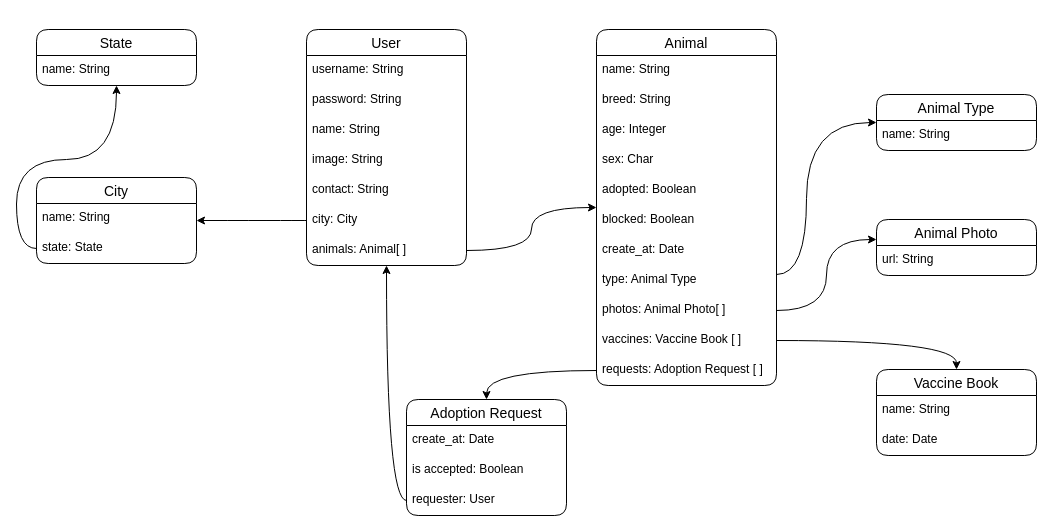
Before: docs/modelagem/adocao-local-mobile.drawio in PedroHenriqueDevBR/adocao-animal-mobile, a draw.io diagram. Source tidied: cells renumbered, new cells numbered last; positions are measured from the earlier drawing's top-left corner, leaving out a move shared by most shapes. Both pictures are drawn from the tidied source at 100%, with x=0, y=0 at pixel (36, 29).
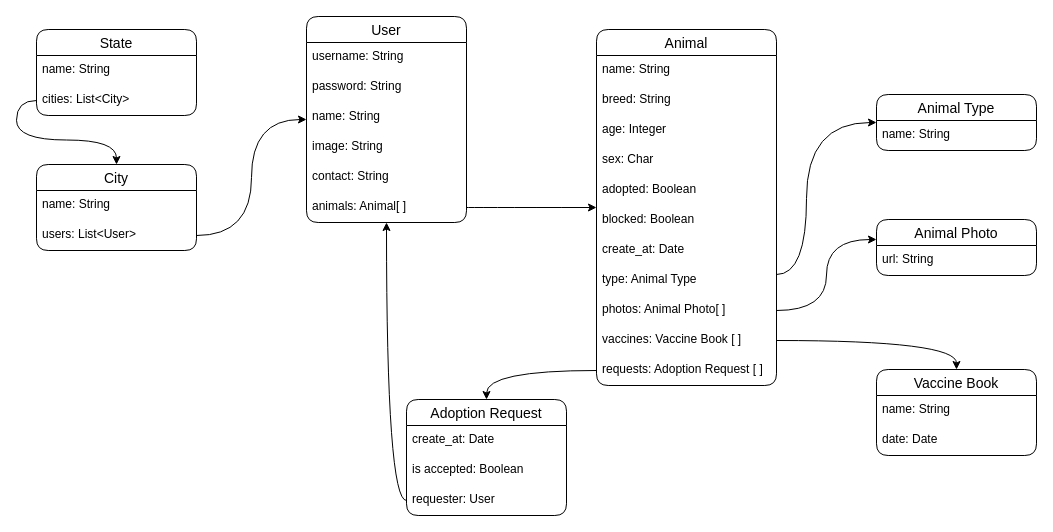
Above is the later version.

The edit, as a diff of the source:
```diff
@@
     <mxCell id="2" value="User" style="swimlane;fontStyle=0;horizontal=1;startSize=26;align=center;fontSize=14;rounded=1;" parent="1" vertex="1">
-      <mxGeometry x="270" width="160" height="236" as="geometry" />
+      <mxGeometry x="270" y="-13" width="160" height="206" as="geometry" />
     </mxCell>
@@
-    <mxCell id="8" value="city: City" style="text;strokeColor=none;fillColor=none;spacingLeft=4;spacingRight=4;overflow=hidden;points=[[0,0.5],[1,0.5]];portConstraint=eastwest;fontSize=12;rounded=1;" parent="2" vertex="1">
-      <mxGeometry y="176" width="160" height="30" as="geometry" />
-    </mxCell>
     <mxCell id="9" value="animals: Animal[ ]" style="text;strokeColor=none;fillColor=none;spacingLeft=4;spacingRight=4;overflow=hidden;points=[[0,0.5],[1,0.5]];portConstraint=eastwest;fontSize=12;rounded=1;" parent="2" vertex="1">
-      <mxGeometry y="206" width="160" height="30" as="geometry" />
+      <mxGeometry y="176" width="160" height="30" as="geometry" />
     </mxCell>
@@
     <mxCell id="12" value="State" style="swimlane;fontStyle=0;horizontal=1;startSize=26;align=center;fontSize=14;rounded=1;" parent="1" vertex="1">
-      <mxGeometry width="160" height="56" as="geometry" />
+      <mxGeometry width="160" height="86" as="geometry" />
     </mxCell>
@@
+    <mxCell id="46" value="cities: List&lt;City&gt;" style="text;strokeColor=none;fillColor=none;spacingLeft=4;spacingRight=4;overflow=hidden;points=[[0,0.5],[1,0.5]];portConstraint=eastwest;fontSize=12;rounded=1;" parent="12" vertex="1">
+      <mxGeometry y="56" width="160" height="30" as="geometry" />
+    </mxCell>
     <mxCell id="14" value="City" style="swimlane;fontStyle=0;horizontal=1;startSize=26;align=center;fontSize=14;rounded=1;" parent="1" vertex="1">
-      <mxGeometry y="148" width="160" height="86" as="geometry" />
+      <mxGeometry y="135" width="160" height="86" as="geometry" />
     </mxCell>
@@
-    <mxCell id="16" value="state: State" style="text;strokeColor=none;fillColor=none;spacingLeft=4;spacingRight=4;overflow=hidden;points=[[0,0.5],[1,0.5]];portConstraint=eastwest;fontSize=12;rounded=1;" parent="14" vertex="1">
-      <mxGeometry y="56" width="160" height="30" as="geometry" />
-    </mxCell>
-    <mxCell id="17" style="edgeStyle=orthogonalEdgeStyle;rounded=1;jettySize=auto;html=1;curved=1;" parent="1" edge="1" source="8" target="14">
-      <mxGeometry relative="1" as="geometry" />
-    </mxCell>
-    <mxCell id="18" style="edgeStyle=orthogonalEdgeStyle;rounded=1;jettySize=auto;html=1;curved=1;" parent="1" edge="1" source="16" target="12">
-      <mxGeometry relative="1" as="geometry" />
-    </mxCell>
+    <mxCell id="47" value="users: List&lt;User&gt;" style="text;strokeColor=none;fillColor=none;spacingLeft=4;spacingRight=4;overflow=hidden;points=[[0,0.5],[1,0.5]];portConstraint=eastwest;fontSize=12;rounded=1;" parent="14" vertex="1">
+      <mxGeometry y="56" width="160" height="30" as="geometry" />
+    </mxCell>
@@
+    <mxCell id="48" style="edgeStyle=orthogonalEdgeStyle;rounded=1;jettySize=auto;html=1;curved=1;" parent="1" edge="1" source="46" target="14">
+      <mxGeometry relative="1" as="geometry" />
+    </mxCell>
+    <mxCell id="49" style="edgeStyle=orthogonalEdgeStyle;curved=1;rounded=1;jettySize=auto;html=1;" parent="1" edge="1" source="47" target="2">
+      <mxGeometry relative="1" as="geometry" />
+    </mxCell>
```
